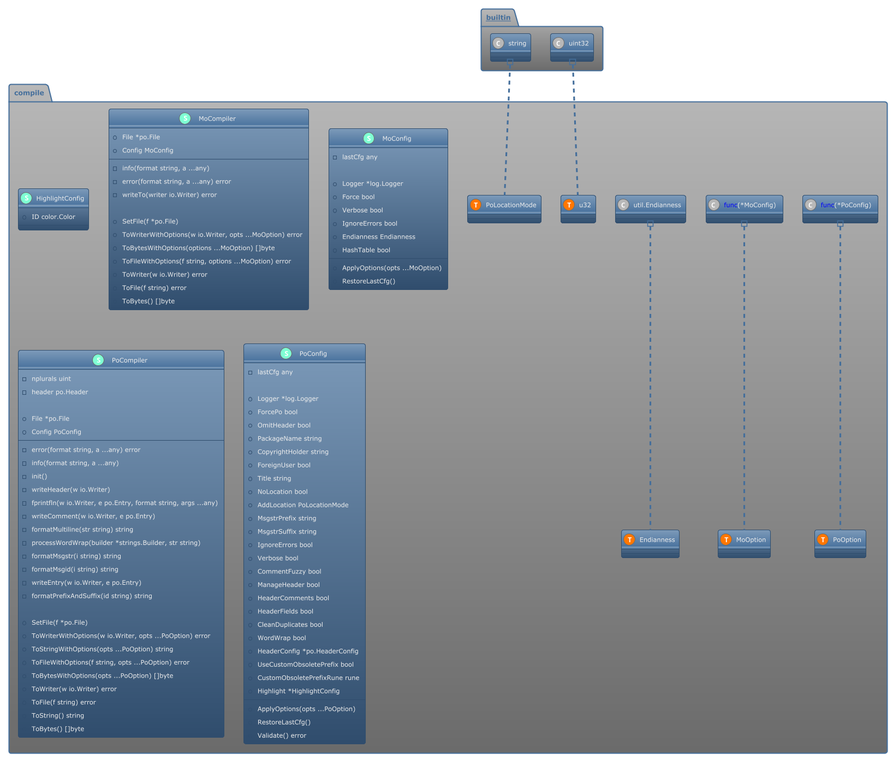
Earlier version of the PlantUML export pkg/po/compile/structure.png (Tom5521/gotext-tools).
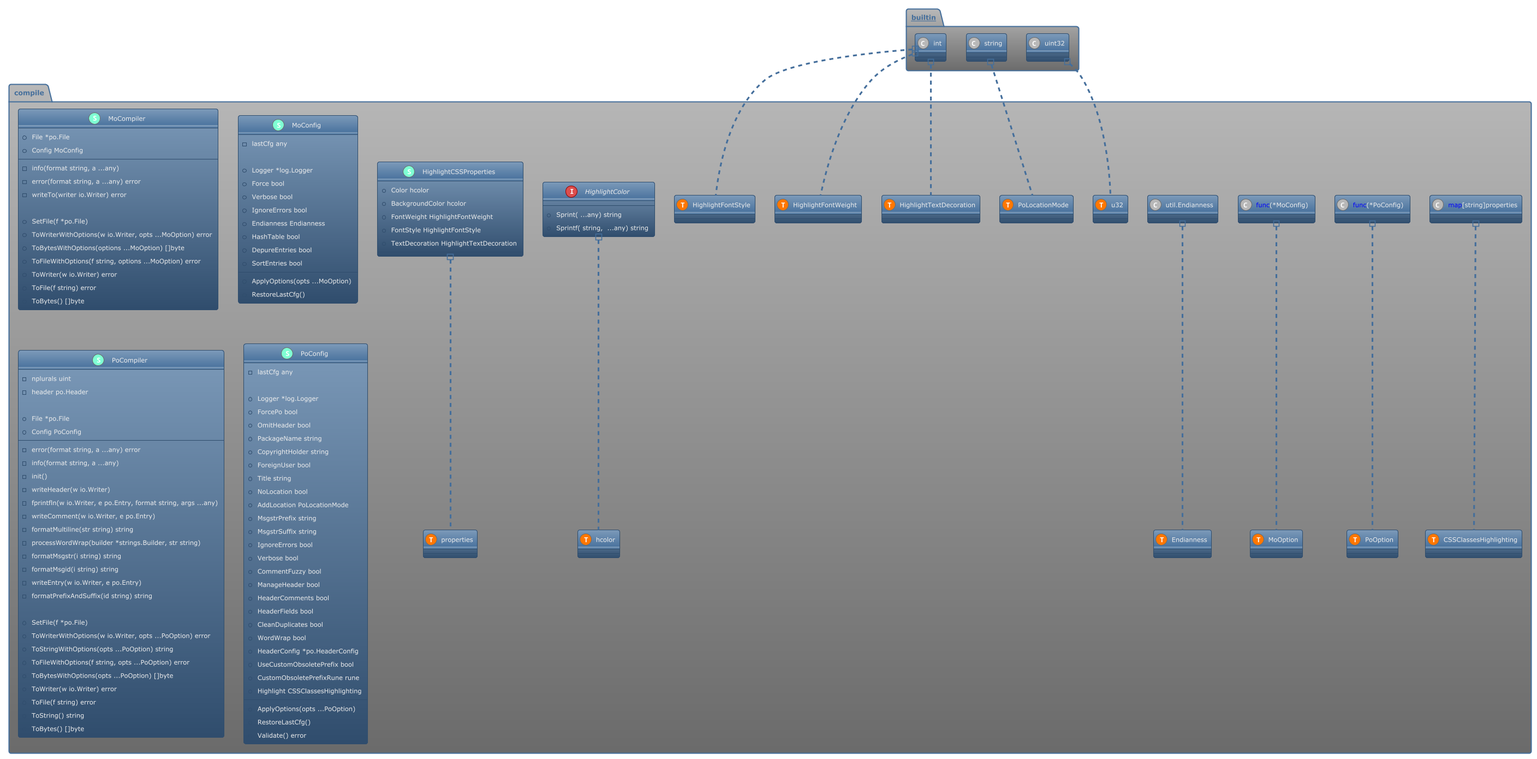
After the commit.

The edit, as a diff of the source:
```diff
@@ -1,8 +1,17 @@
 @startuml
 !theme spacelab
 namespace compile {
-    class HighlightConfig << (S,Aquamarine) >> {
-        + ID color.Color
+    class HighlightCSSProperties << (S,Aquamarine) >> {
+        + Color hcolor
+        + BackgroundColor hcolor
+        + FontWeight HighlightFontWeight
+        + FontStyle HighlightFontStyle
+        + TextDecoration HighlightTextDecoration
+
+    }
+    interface HighlightColor  {
+        + Sprint( ...any) string
+        + Sprintf( string,  ...any) string
 
     }
     class MoCompiler << (S,Aquamarine) >> {
@@ -31,6 +40,8 @@
         + IgnoreErrors bool
         + Endianness Endianness
         + HashTable bool
+        + DepureEntries bool
+        + SortEntries bool
 
         + ApplyOptions(opts ...MoOption)
         + RestoreLastCfg()
@@ -92,20 +103,32 @@
         + HeaderConfig *po.HeaderConfig
         + UseCustomObsoletePrefix bool
         + CustomObsoletePrefixRune rune
-        + Highlight *HighlightConfig
+        + Highlight CSSClassesHighlighting
 
         + ApplyOptions(opts ...PoOption)
         + RestoreLastCfg()
         + Validate() error
 
     }
+    class compile.CSSClassesHighlighting << (T, #FF7700) >>  {
+    }
     class compile.Endianness << (T, #FF7700) >>  {
+    }
+    class compile.HighlightFontStyle << (T, #FF7700) >>  {
+    }
+    class compile.HighlightFontWeight << (T, #FF7700) >>  {
+    }
+    class compile.HighlightTextDecoration << (T, #FF7700) >>  {
     }
     class compile.MoOption << (T, #FF7700) >>  {
     }
     class compile.PoLocationMode << (T, #FF7700) >>  {
     }
     class compile.PoOption << (T, #FF7700) >>  {
+    }
+    class compile.hcolor << (T, #FF7700) >>  {
+    }
+    class compile.properties << (T, #FF7700) >>  {
     }
     class compile.u32 << (T, #FF7700) >>  {
     }
@@ -114,9 +137,15 @@
 }
 
 
+"__builtin__.int" #.. "compile.HighlightFontStyle"
+"__builtin__.int" #.. "compile.HighlightFontWeight"
+"__builtin__.int" #.. "compile.HighlightTextDecoration"
 "__builtin__.string" #.. "compile.PoLocationMode"
 "__builtin__.uint32" #.. "compile.u32"
 "compile.<font color=blue>func</font>(*MoConfig) " #.. "compile.MoOption"
 "compile.<font color=blue>func</font>(*PoConfig) " #.. "compile.PoOption"
+"compile.<font color=blue>map</font>[string]properties" #.. "compile.CSSClassesHighlighting"
+"compile.HighlightCSSProperties" #.. "compile.properties"
+"compile.HighlightColor" #.. "compile.hcolor"
 "compile.utilEndianness" #.. "compile.Endianness"
 @enduml
```
